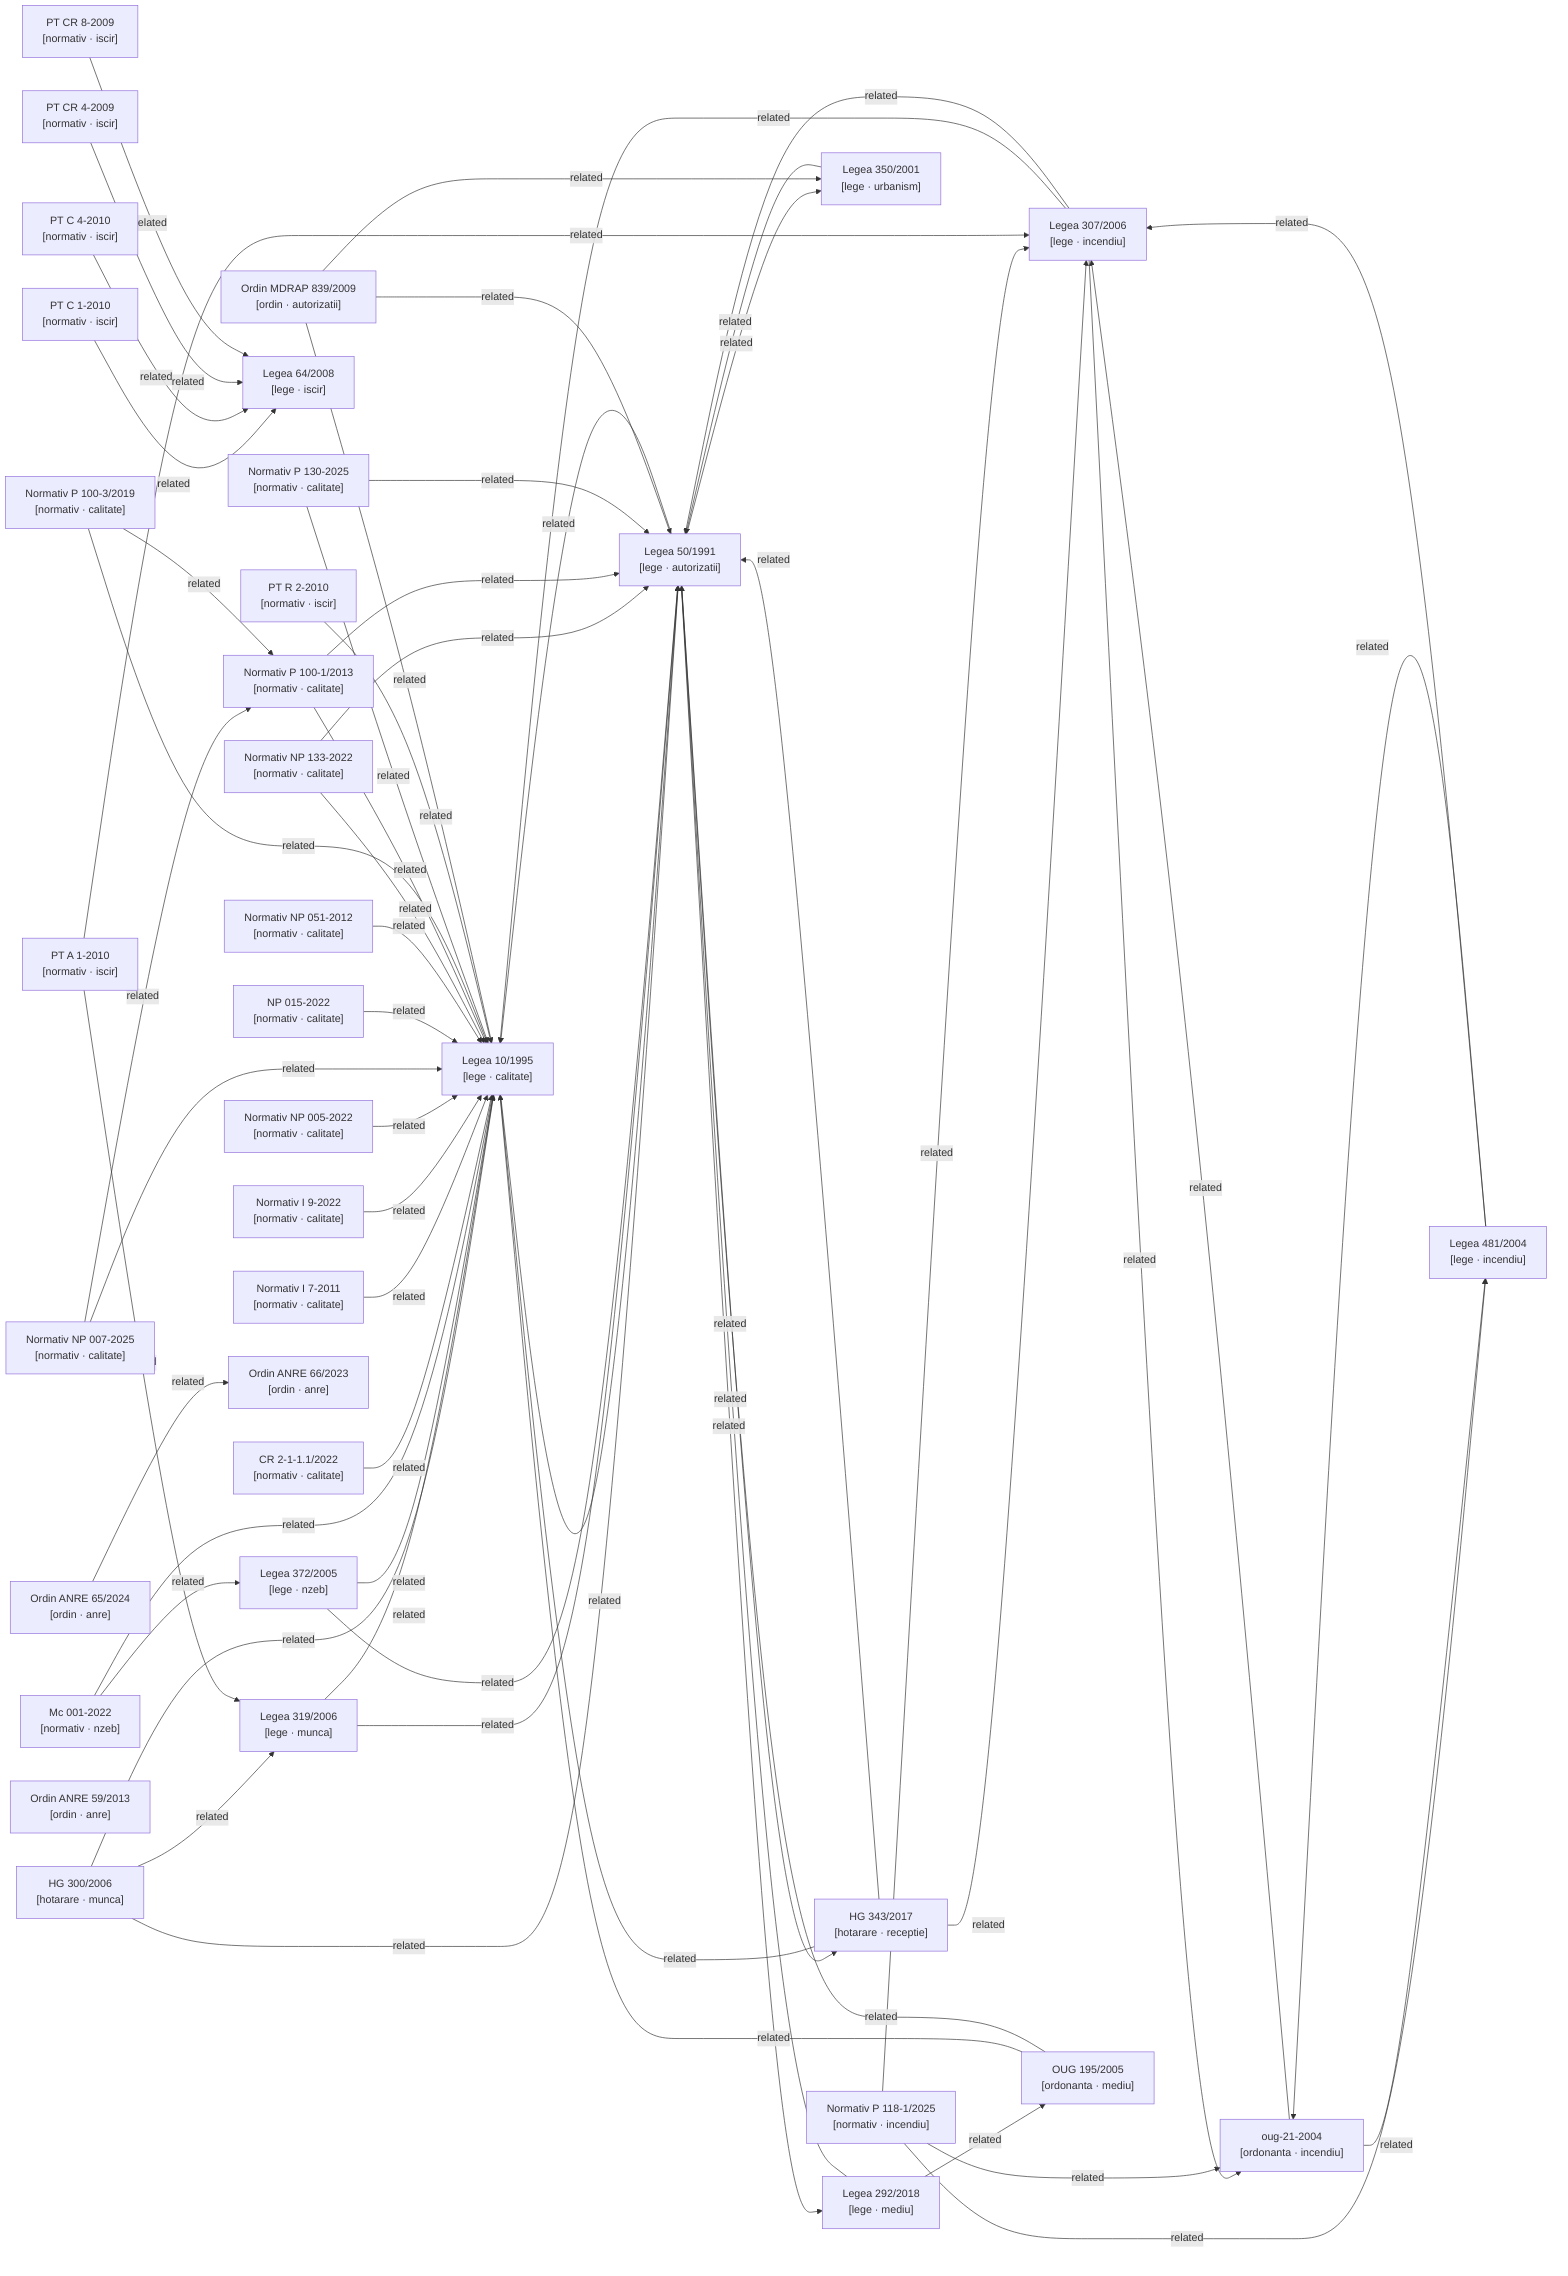
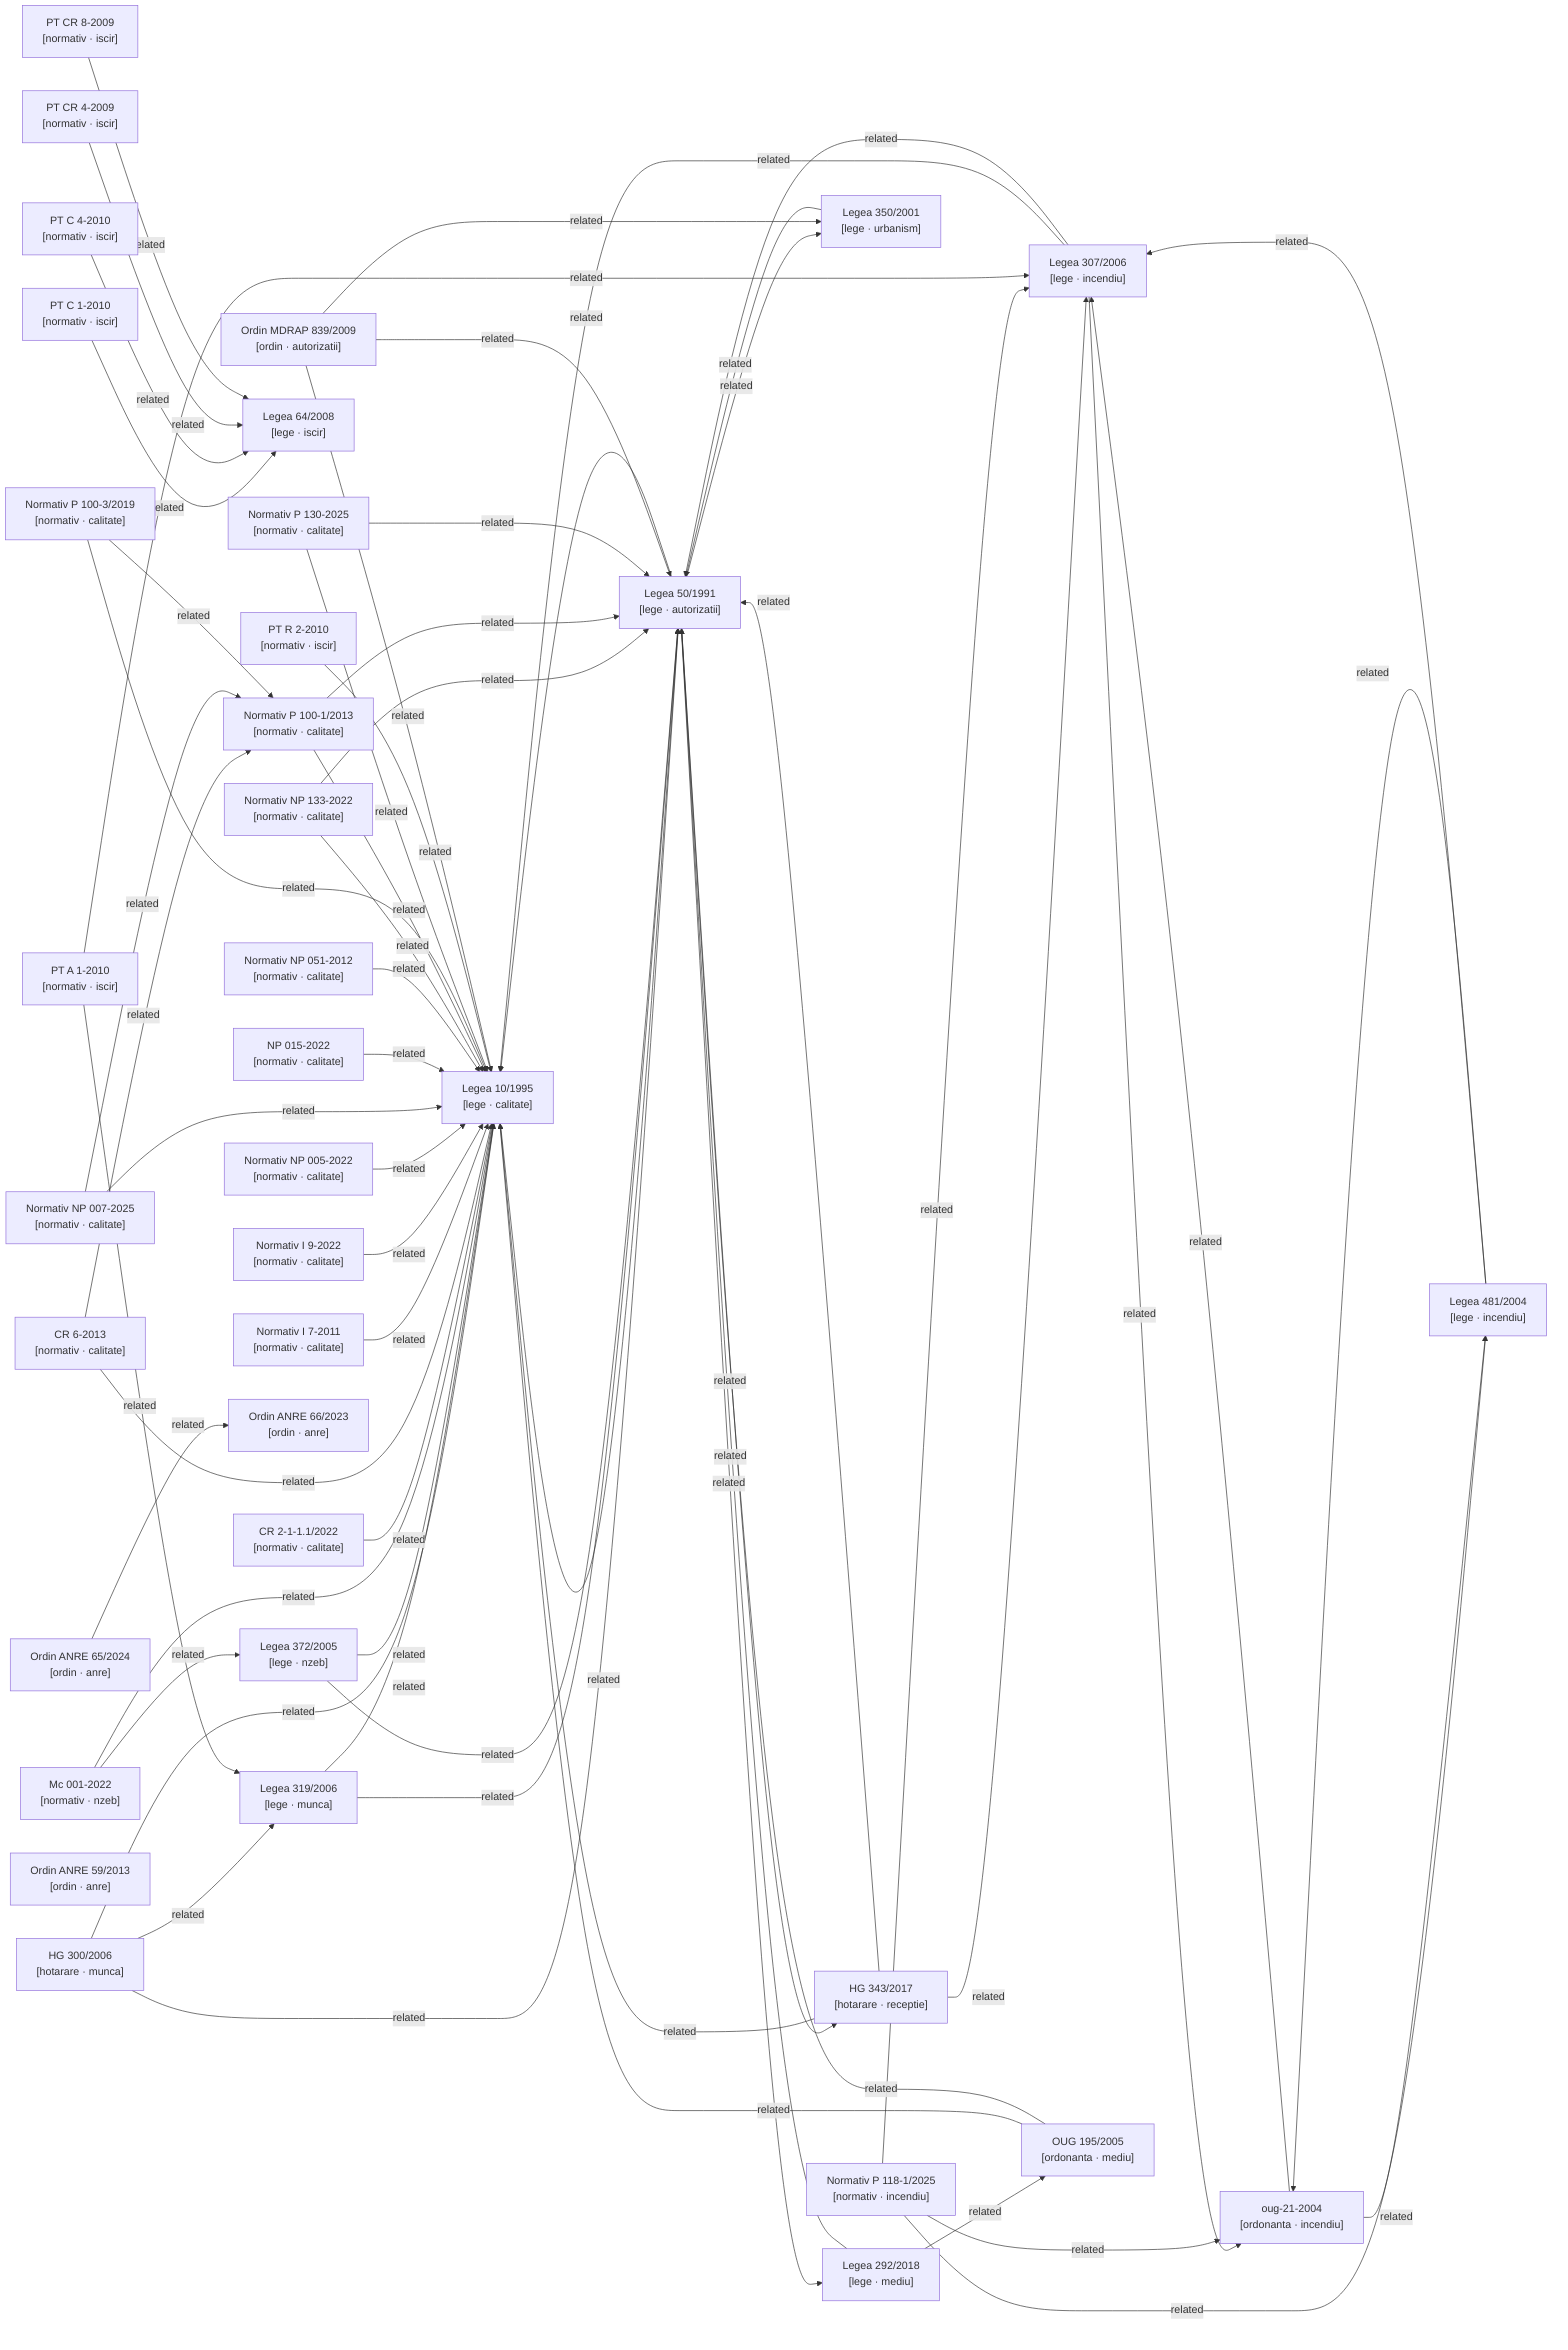
graph LR

  %% Nodes
  hg-300-2006["HG 300/2006\n[hotarare · munca]"]
  hg-343-2017["HG 343/2017\n[hotarare · receptie]"]
  lege-10-1995["Legea 10/1995\n[lege · calitate]"]
  lege-292-2018["Legea 292/2018\n[lege · mediu]"]
  lege-307-2006["Legea 307/2006\n[lege · incendiu]"]
  lege-319-2006["Legea 319/2006\n[lege · munca]"]
  lege-350-2001["Legea 350/2001\n[lege · urbanism]"]
  lege-372-2005["Legea 372/2005\n[lege · nzeb]"]
  lege-481-2004["Legea 481/2004\n[lege · incendiu]"]
  lege-50-1991["Legea 50/1991\n[lege · autorizatii]"]
  lege-64-2008["Legea 64/2008\n[lege · iscir]"]
  metodologie-mc001-2022["Mc 001-2022\n[normativ · nzeb]"]
  normativ-cr2-1-1-1-2022["CR 2-1-1.1/2022\n[normativ · calitate]"]
+   normativ-cr6-2013["CR 6-2013\n[normativ · calitate]"]
  normativ-i7-2011["Normativ I 7-2011\n[normativ · calitate]"]
  normativ-i9-2022["Normativ I 9-2022\n[normativ · calitate]"]
  normativ-np005-2022["Normativ NP 005-2022\n[normativ · calitate]"]
  normativ-np007-2025["Normativ NP 007-2025\n[normativ · calitate]"]
  normativ-np015-2022["NP 015-2022\n[normativ · calitate]"]
  normativ-np051-2012["Normativ NP 051-2012\n[normativ · calitate]"]
  normativ-np133-2022["Normativ NP 133-2022\n[normativ · calitate]"]
  normativ-p100-1-2013["Normativ P 100-1/2013\n[normativ · calitate]"]
  normativ-p100-3-2019["Normativ P 100-3/2019\n[normativ · calitate]"]
  normativ-p118-1-2025["Normativ P 118-1/2025\n[normativ · incendiu]"]
  normativ-p130-2025["Normativ P 130-2025\n[normativ · calitate]"]
  normativ-pt-a1-2010["PT A 1-2010\n[normativ · iscir]"]
  normativ-pt-c1-2010["PT C 1-2010\n[normativ · iscir]"]
  normativ-pt-c4-2010["PT C 4-2010\n[normativ · iscir]"]
  normativ-pt-cr4-2009["PT CR 4-2009\n[normativ · iscir]"]
  normativ-pt-cr8-2009["PT CR 8-2009\n[normativ · iscir]"]
  normativ-pt-r2-2010["PT R 2-2010\n[normativ · iscir]"]
  ordin-839-2009["Ordin MDRAP 839/2009\n[ordin · autorizatii]"]
  ordin-anre-59-2013["Ordin ANRE 59/2013\n[ordin · anre]"]
  ordin-anre-65-2024["Ordin ANRE 65/2024\n[ordin · anre]"]
  ordin-anre-66-2023["Ordin ANRE 66/2023\n[ordin · anre]"]
  oug-195-2005["OUG 195/2005\n[ordonanta · mediu]"]
  oug-21-2004["oug-21-2004\n[ordonanta · incendiu]"]

  %% Confirmed relationships (from metadata related_acts)
  hg-300-2006 -->|related| lege-10-1995
  hg-300-2006 -->|related| lege-319-2006
  hg-300-2006 -->|related| lege-50-1991
  hg-343-2017 -->|related| lege-10-1995
  hg-343-2017 -->|related| lege-307-2006
  hg-343-2017 -->|related| lege-50-1991
  lege-10-1995 -->|related| lege-50-1991
  lege-292-2018 -->|related| lege-50-1991
  lege-292-2018 -->|related| oug-195-2005
  lege-307-2006 -->|related| lege-10-1995
  lege-307-2006 -->|related| lege-50-1991
  lege-307-2006 -->|related| oug-21-2004
  lege-319-2006 -->|related| lege-10-1995
  lege-319-2006 -->|related| lege-50-1991
  lege-350-2001 -->|related| lege-50-1991
  lege-372-2005 -->|related| lege-10-1995
  lege-372-2005 -->|related| lege-50-1991
  lege-481-2004 -->|related| lege-307-2006
  lege-481-2004 -->|related| oug-21-2004
  lege-50-1991 -->|related| hg-343-2017
  lege-50-1991 -->|related| lege-10-1995
  lege-50-1991 -->|related| lege-292-2018
  lege-50-1991 -->|related| lege-350-2001
  metodologie-mc001-2022 -->|related| lege-10-1995
  metodologie-mc001-2022 -->|related| lege-372-2005
  normativ-cr2-1-1-1-2022 -->|related| lege-10-1995
+   normativ-cr6-2013 -->|related| lege-10-1995
+   normativ-cr6-2013 -->|related| normativ-p100-1-2013
  normativ-i7-2011 -->|related| lege-10-1995
  normativ-i9-2022 -->|related| lege-10-1995
  normativ-np005-2022 -->|related| lege-10-1995
  normativ-np007-2025 -->|related| lege-10-1995
  normativ-np007-2025 -->|related| normativ-p100-1-2013
  normativ-np015-2022 -->|related| lege-10-1995
  normativ-np051-2012 -->|related| lege-10-1995
  normativ-np133-2022 -->|related| lege-10-1995
  normativ-np133-2022 -->|related| lege-50-1991
  normativ-p100-1-2013 -->|related| lege-10-1995
  normativ-p100-1-2013 -->|related| lege-50-1991
  normativ-p100-3-2019 -->|related| lege-10-1995
  normativ-p100-3-2019 -->|related| normativ-p100-1-2013
  normativ-p118-1-2025 -->|related| lege-307-2006
  normativ-p118-1-2025 -->|related| lege-481-2004
  normativ-p118-1-2025 -->|related| oug-21-2004
  normativ-p130-2025 -->|related| lege-10-1995
  normativ-p130-2025 -->|related| lege-50-1991
  normativ-pt-a1-2010 -->|related| lege-307-2006
  normativ-pt-a1-2010 -->|related| lege-319-2006
  normativ-pt-c1-2010 -->|related| lege-64-2008
  normativ-pt-c4-2010 -->|related| lege-64-2008
  normativ-pt-cr4-2009 -->|related| lege-64-2008
  normativ-pt-cr8-2009 -->|related| lege-64-2008
  normativ-pt-r2-2010 -->|related| lege-10-1995
  ordin-839-2009 -->|related| lege-10-1995
  ordin-839-2009 -->|related| lege-350-2001
  ordin-839-2009 -->|related| lege-50-1991
  ordin-anre-65-2024 -->|related| ordin-anre-66-2023
  oug-195-2005 -->|related| lege-10-1995
  oug-195-2005 -->|related| lege-50-1991
  oug-21-2004 -->|related| lege-307-2006
  oug-21-2004 -->|related| lege-481-2004

  %% Auto-detected relationships (needs_review)
